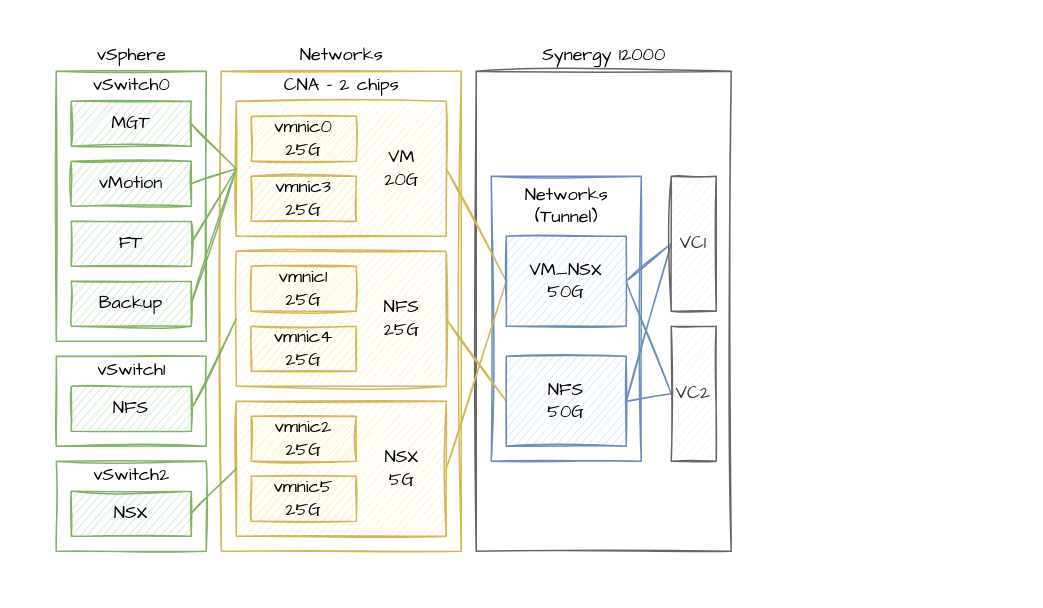
headisnotsmall/draw.io keeps this draw.io diagram as Topology.drawio. Above is the earlier version. Source tidied: cells renumbered, new cells numbered last; positions are measured from the earlier drawing's top-left corner, leaving out a move shared by most shapes. Both pictures are drawn from the tidied source at 150%, with x=0, y=0 at pixel (56, 40).
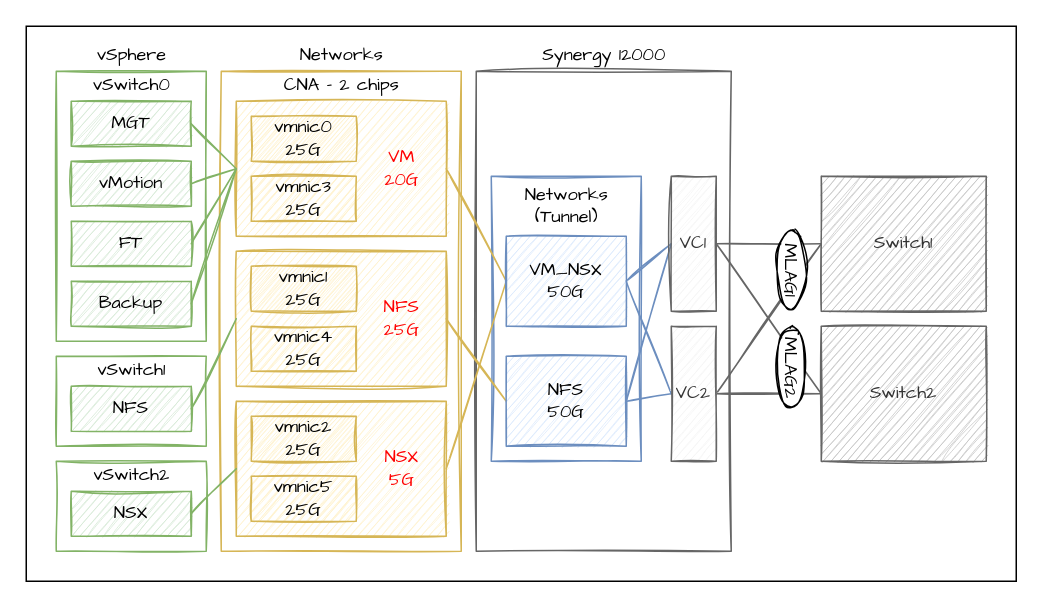
After the change.

Unchanged cells that the change refers to:
```xml
<mxCell id="24" value="VC1" style="rounded=0;whiteSpace=wrap;html=1;sketch=1;fillColor=#f5f5f5;fontColor=#333333;strokeColor=#666666;fontFamily=Comic Sans MS;" parent="1" vertex="1">
  <mxGeometry x="410" y="90" width="30" height="90" as="geometry" />
</mxCell>
<mxCell id="25" value="&lt;div&gt;VC2&lt;/div&gt;" style="rounded=0;whiteSpace=wrap;html=1;sketch=1;fillColor=#f5f5f5;fontColor=#333333;strokeColor=#666666;fontFamily=Comic Sans MS;" parent="1" vertex="1">
  <mxGeometry x="410" y="190" width="30" height="90" as="geometry" />
</mxCell>
```

Diff of the diagram source:
```diff
@@
+    <mxCell id="51" style="rounded=0;whiteSpace=wrap;html=1;shadow=0;sketch=0;fillStyle=auto;fontFamily=Comic Sans MS;" parent="1" vertex="1">
+      <mxGeometry x="-20" y="-10" width="660" height="370" as="geometry" />
+    </mxCell>
@@
+    <mxCell id="52" style="edgeStyle=none;rounded=0;sketch=1;jettySize=auto;html=1;exitX=1;exitY=0.5;exitDx=0;exitDy=0;entryX=0;entryY=0.5;entryDx=0;entryDy=0;fontFamily=Comic Sans MS;fontColor=#FF0000;endArrow=none;endFill=0;fillColor=#f5f5f5;strokeColor=#666666;" parent="1" edge="1" source="24" target="56">
+      <mxGeometry relative="1" as="geometry" />
+    </mxCell>
+    <mxCell id="53" style="edgeStyle=none;rounded=0;sketch=1;jettySize=auto;html=1;exitX=1;exitY=0.5;exitDx=0;exitDy=0;entryX=0;entryY=0.5;entryDx=0;entryDy=0;fontFamily=Comic Sans MS;fontColor=#FF0000;endArrow=none;endFill=0;fillColor=#f5f5f5;strokeColor=#666666;" parent="1" edge="1" source="24" target="57">
+      <mxGeometry relative="1" as="geometry" />
+    </mxCell>
@@
+    <mxCell id="54" style="edgeStyle=none;rounded=0;sketch=1;jettySize=auto;html=1;entryX=0;entryY=0.5;entryDx=0;entryDy=0;fontFamily=Comic Sans MS;fontColor=#FF0000;endArrow=none;endFill=0;fillColor=#f5f5f5;strokeColor=#666666;" parent="1" edge="1" source="25" target="57">
+      <mxGeometry relative="1" as="geometry" />
+    </mxCell>
+    <mxCell id="55" style="edgeStyle=none;rounded=0;sketch=1;jettySize=auto;html=1;exitX=1;exitY=0.5;exitDx=0;exitDy=0;entryX=0;entryY=0.5;entryDx=0;entryDy=0;fontFamily=Comic Sans MS;fontColor=#FF0000;endArrow=none;endFill=0;fillColor=#f5f5f5;strokeColor=#666666;" parent="1" edge="1" source="25" target="56">
+      <mxGeometry relative="1" as="geometry" />
+    </mxCell>
@@
-    <mxCell id="40" value="&lt;div&gt;VM&lt;/div&gt;&lt;div&gt;20G&lt;/div&gt;" style="text;html=1;align=center;verticalAlign=middle;strokeColor=none;fillColor=none;sketch=1;fontFamily=Comic Sans MS;" parent="1" vertex="1">
+    <mxCell id="40" value="&lt;div&gt;VM&lt;/div&gt;&lt;div&gt;20G&lt;/div&gt;" style="text;html=1;align=center;verticalAlign=middle;strokeColor=none;fillColor=none;sketch=1;fontFamily=Comic Sans MS;fontColor=#FF0000;" parent="1" vertex="1">
       <mxGeometry x="210" y="70" width="40" height="30" as="geometry" />
     </mxCell>
-    <mxCell id="41" value="&lt;div&gt;NFS&lt;br&gt;&lt;/div&gt;&lt;div&gt;25G&lt;/div&gt;" style="text;html=1;align=center;verticalAlign=middle;strokeColor=none;fillColor=none;sketch=1;fontFamily=Comic Sans MS;" parent="1" vertex="1">
+    <mxCell id="41" value="&lt;div&gt;NFS&lt;br&gt;&lt;/div&gt;&lt;div&gt;25G&lt;/div&gt;" style="text;html=1;align=center;verticalAlign=middle;strokeColor=none;fillColor=none;sketch=1;fontFamily=Comic Sans MS;fontColor=#FF0000;" parent="1" vertex="1">
       <mxGeometry x="210" y="170" width="40" height="30" as="geometry" />
     </mxCell>
-    <mxCell id="42" value="&lt;div&gt;NSX&lt;br&gt;&lt;/div&gt;&lt;div&gt;5G&lt;/div&gt;" style="text;html=1;align=center;verticalAlign=middle;strokeColor=none;fillColor=none;sketch=1;fontFamily=Comic Sans MS;" parent="1" vertex="1">
+    <mxCell id="42" value="&lt;div&gt;NSX&lt;br&gt;&lt;/div&gt;&lt;div&gt;5G&lt;/div&gt;" style="text;html=1;align=center;verticalAlign=middle;strokeColor=none;fillColor=none;sketch=1;fontFamily=Comic Sans MS;fontColor=#FF0000;" parent="1" vertex="1">
       <mxGeometry x="210" y="270" width="40" height="30" as="geometry" />
     </mxCell>
@@
+    <mxCell id="56" value="Switch1" style="rounded=0;whiteSpace=wrap;html=1;sketch=1;fillColor=#C4C4C4;fontColor=#333333;strokeColor=#666666;fontFamily=Comic Sans MS;" parent="1" vertex="1">
+      <mxGeometry x="510" y="90" width="110" height="90" as="geometry" />
+    </mxCell>
+    <mxCell id="57" value="Switch2" style="rounded=0;whiteSpace=wrap;html=1;sketch=1;fillColor=#C4C4C4;fontColor=#333333;strokeColor=#666666;fontFamily=Comic Sans MS;" parent="1" vertex="1">
+      <mxGeometry x="510" y="190" width="110" height="90" as="geometry" />
+    </mxCell>
+    <mxCell id="58" style="ellipse;whiteSpace=wrap;html=1;sketch=1;fillStyle=auto;fontFamily=Comic Sans MS;" parent="1" vertex="1">
+      <mxGeometry x="480" y="125" width="20" height="55" as="geometry" />
+    </mxCell>
+    <mxCell id="59" style="ellipse;whiteSpace=wrap;html=1;sketch=1;fillStyle=auto;fontFamily=Comic Sans MS;" parent="1" vertex="1">
+      <mxGeometry x="480" y="190" width="20" height="55" as="geometry" />
+    </mxCell>
+    <mxCell id="60" value="MLAG1" style="text;html=1;align=center;verticalAlign=middle;strokeColor=none;fillColor=none;fontFamily=Comic Sans MS;fontColor=default;rotation=90;shadow=0;" parent="1" vertex="1">
+      <mxGeometry x="460" y="142.5" width="60" height="20" as="geometry" />
+    </mxCell>
+    <mxCell id="61" value="MLAG2" style="text;html=1;align=center;verticalAlign=middle;strokeColor=none;fillColor=none;fontFamily=Comic Sans MS;fontColor=default;rotation=90;" parent="1" vertex="1">
+      <mxGeometry x="460" y="207.5" width="60" height="20" as="geometry" />
+    </mxCell>
```
